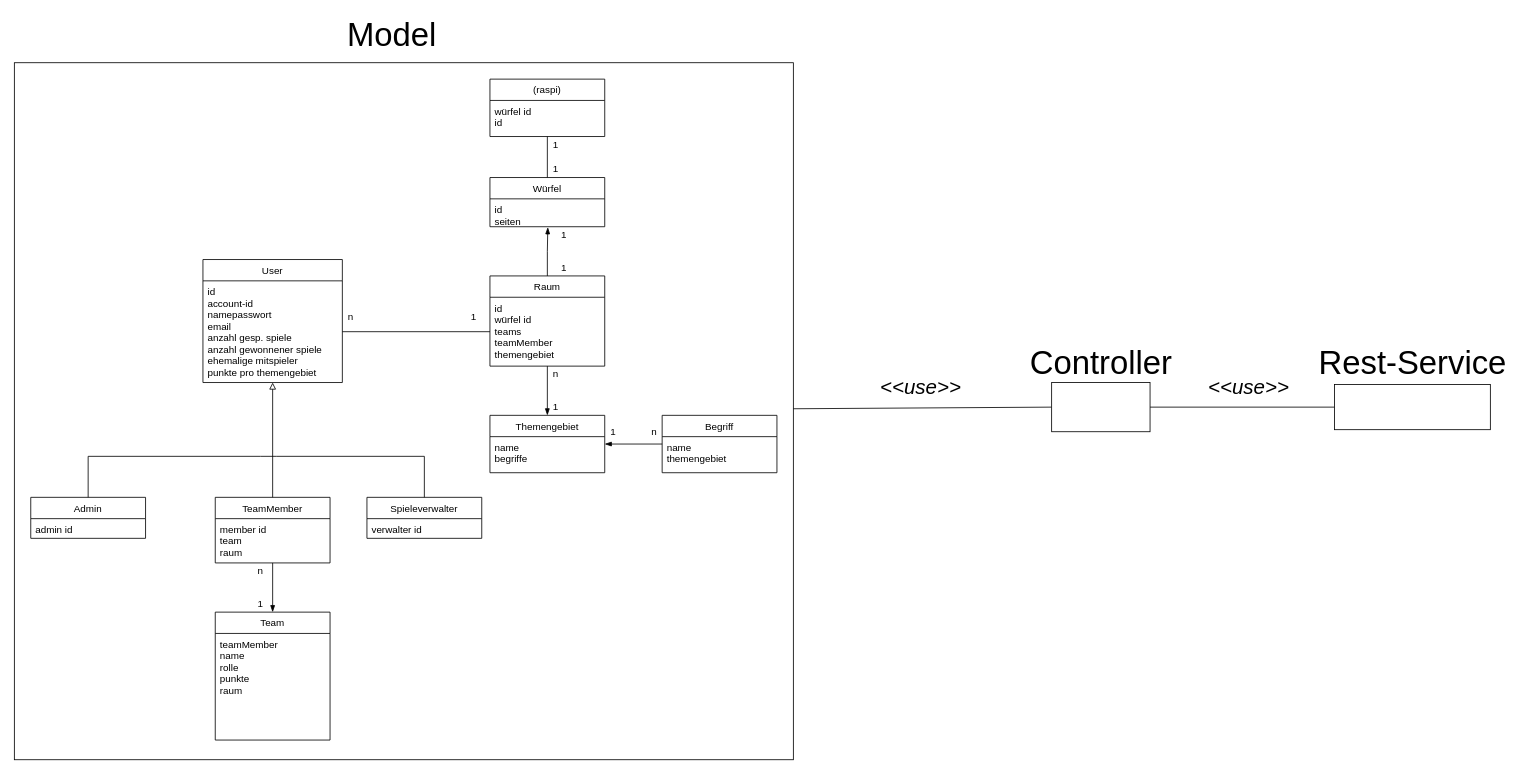
This is documentation/Klassendiagramm.drawio from BeyerMart/softwareEngineeringClass-timeGuessGame, a draw.io file, before an edit. Source tidied: cells renumbered, new cells numbered last; positions are measured from the earlier drawing's top-left corner, leaving out a move shared by most shapes. Both pictures are drawn from the tidied source at 82%, with x=0, y=0 at pixel (14, 21).
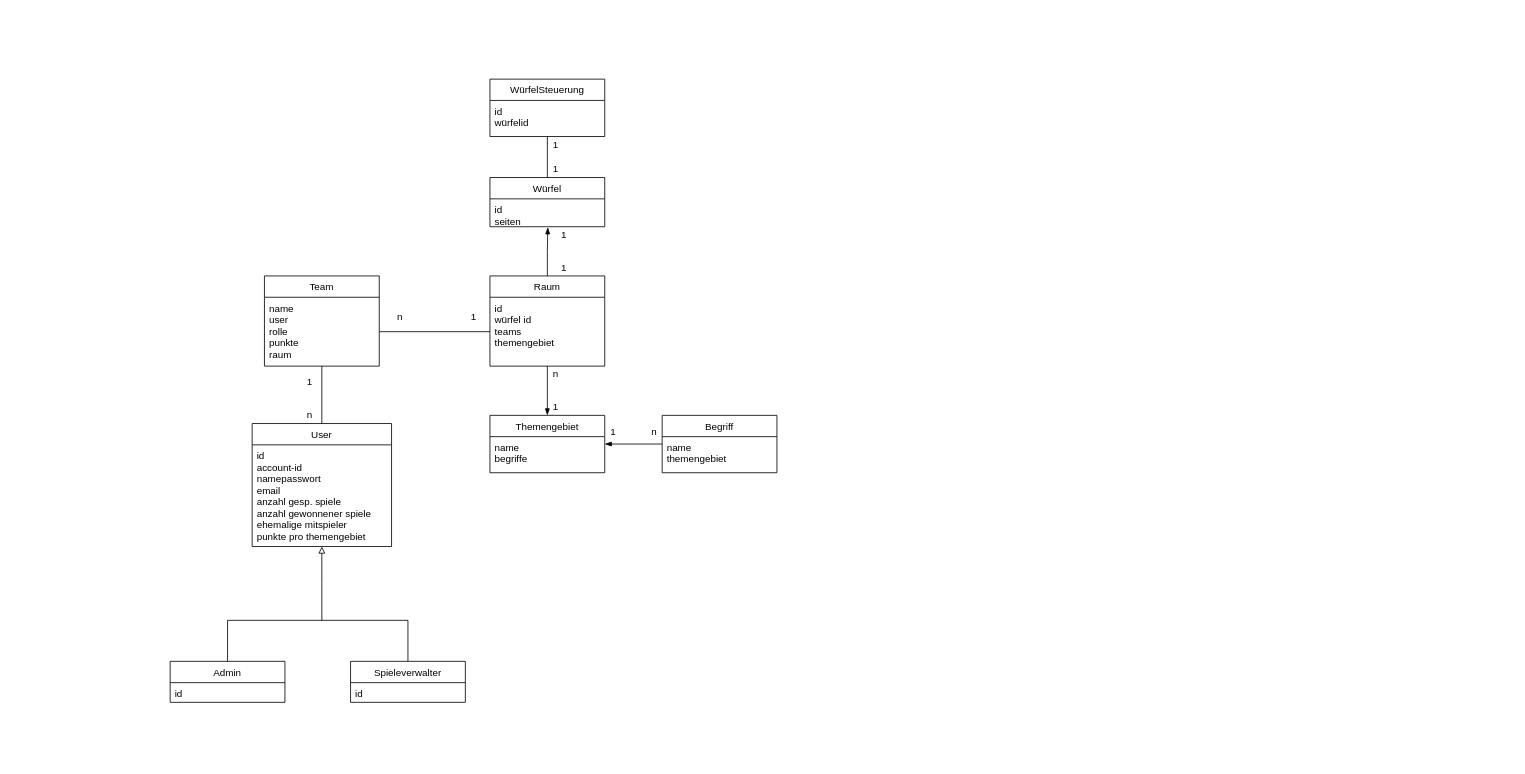
The same page after the edit.

Commit message:
update Class Diagram

The change refers to these unchanged cells:
```xml
<mxCell id="5" value="id&#10;account-id&#10;namepasswort&#10;email&#10;anzahl gesp. spiele&#10;anzahl gewonnener spiele&#10;ehemalige mitspieler&#10;punkte pro themengebiet&#10;&#10;&#10;&#10;&#10;" style="text;strokeColor=none;fillColor=none;align=left;verticalAlign=top;spacingLeft=4;spacingRight=4;overflow=hidden;points=[[0,0.5],[1,0.5]];portConstraint=eastwest;" parent="4" vertex="1">
  <mxGeometry y="26" width="170" height="124" as="geometry" />
</mxCell>
<mxCell id="18" value="Raum" style="swimlane;fontStyle=0;horizontal=1;startSize=26;fillColor=none;" parent="1" vertex="1">
  <mxGeometry x="580" y="310" width="140" height="110" as="geometry" />
</mxCell>
```

Diff of the diagram source:
```diff
@@
     <mxCell id="2" value="Team" style="swimlane;fontStyle=0;horizontal=1;startSize=26;fillColor=none;" parent="1" vertex="1">
-      <mxGeometry x="245" y="720" width="140" height="156" as="geometry" />
+      <mxGeometry x="305" y="310" width="140" height="110" as="geometry" />
     </mxCell>
-    <mxCell id="3" value="teamMember&#10;name&#10;rolle&#10;punkte&#10;raum&#10;&#10;&#10;" style="text;strokeColor=none;fillColor=none;align=left;verticalAlign=top;spacingLeft=4;spacingRight=4;overflow=hidden;points=[[0,0.5],[1,0.5]];portConstraint=eastwest;" parent="2" vertex="1">
-      <mxGeometry y="26" width="140" height="130" as="geometry" />
+    <mxCell id="3" value="name&#10;user&#10;rolle&#10;punkte&#10;raum&#10;&#10;&#10;" style="text;strokeColor=none;fillColor=none;align=left;verticalAlign=top;spacingLeft=4;spacingRight=4;overflow=hidden;points=[[0,0.5],[1,0.5]];portConstraint=eastwest;" parent="2" vertex="1">
+      <mxGeometry y="26" width="140" height="84" as="geometry" />
     </mxCell>
+    <mxCell id="53" style="edgeStyle=orthogonalEdgeStyle;rounded=0;jettySize=auto;html=1;entryX=0.5;entryY=1;entryDx=0;entryDy=0;entryPerimeter=0;endArrow=none;endFill=0;" parent="1" edge="1" source="4" target="3">
+      <mxGeometry relative="1" as="geometry" />
+    </mxCell>
+    <mxCell id="54" style="edgeStyle=orthogonalEdgeStyle;rounded=0;jettySize=auto;html=1;endArrow=none;endFill=0;startArrow=block;startFill=0;" parent="1" edge="1" source="4">
+      <mxGeometry relative="1" as="geometry">
+        <mxPoint x="375" y="730" as="targetPoint" />
+      </mxGeometry>
+    </mxCell>
     <mxCell id="4" value="User" style="swimlane;fontStyle=0;horizontal=1;startSize=26;fillColor=none;" parent="1" vertex="1">
-      <mxGeometry x="230" y="290" width="170" height="150" as="geometry" />
+      <mxGeometry x="290" y="490" width="170" height="150" as="geometry" />
     </mxCell>
@@
     <mxCell id="6" style="edgeStyle=orthogonalEdgeStyle;rounded=0;jettySize=auto;html=1;endArrow=none;endFill=0;" parent="1" edge="1" source="7">
       <mxGeometry relative="1" as="geometry">
-        <mxPoint x="320" y="530" as="targetPoint" />
+        <mxPoint x="380" y="730" as="targetPoint" />
         <Array as="points">
-          <mxPoint x="90" y="530" />
-          <mxPoint x="300" y="530" />
+          <mxPoint x="260" y="730" />
         </Array>
       </mxGeometry>
     </mxCell>
     <mxCell id="7" value="Admin" style="swimlane;fontStyle=0;horizontal=1;startSize=26;fillColor=none;" parent="1" vertex="1">
-      <mxGeometry x="20" y="580" width="140" height="50" as="geometry" />
+      <mxGeometry x="190" y="780" width="140" height="50" as="geometry" />
     </mxCell>
-    <mxCell id="8" value="admin id" style="text;strokeColor=none;fillColor=none;align=left;verticalAlign=top;spacingLeft=4;spacingRight=4;overflow=hidden;" parent="7" vertex="1">
+    <mxCell id="8" value="id" style="text;strokeColor=none;fillColor=none;align=left;verticalAlign=top;spacingLeft=4;spacingRight=4;overflow=hidden;" parent="7" vertex="1">
       <mxGeometry y="26" width="140" height="24" as="geometry" />
     </mxCell>
-    <mxCell id="9" style="edgeStyle=orthogonalEdgeStyle;rounded=0;jettySize=auto;html=1;endArrow=none;endFill=0;" parent="1" edge="1" source="10">
+    <mxCell id="9" style="edgeStyle=orthogonalEdgeStyle;rounded=0;jettySize=auto;html=1;endArrow=none;endFill=0;exitX=0.5;exitY=0;exitDx=0;exitDy=0;" parent="1" edge="1" source="10">
       <mxGeometry relative="1" as="geometry">
-        <mxPoint x="320" y="530" as="targetPoint" />
+        <mxPoint x="380" y="730" as="targetPoint" />
         <Array as="points">
-          <mxPoint x="500" y="530" />
+          <mxPoint x="480" y="730" />
         </Array>
       </mxGeometry>
     </mxCell>
     <mxCell id="10" value="Spieleverwalter" style="swimlane;fontStyle=0;horizontal=1;startSize=26;fillColor=none;" parent="1" vertex="1">
-      <mxGeometry x="430" y="580" width="140" height="50" as="geometry" />
+      <mxGeometry x="410" y="780" width="140" height="50" as="geometry" />
     </mxCell>
-    <mxCell id="11" value="verwalter id" style="text;strokeColor=none;fillColor=none;align=left;verticalAlign=top;spacingLeft=4;spacingRight=4;overflow=hidden;" parent="10" vertex="1">
+    <mxCell id="11" value="id" style="text;strokeColor=none;fillColor=none;align=left;verticalAlign=top;spacingLeft=4;spacingRight=4;overflow=hidden;" parent="10" vertex="1">
       <mxGeometry y="26" width="140" height="24" as="geometry" />
     </mxCell>
-    <mxCell id="12" style="edgeStyle=orthogonalEdgeStyle;rounded=0;jettySize=auto;html=1;endArrow=block;endFill=0;entryX=0.5;entryY=1;entryDx=0;entryDy=0;entryPerimeter=0;" parent="1" edge="1" source="14" target="5">
-      <mxGeometry relative="1" as="geometry" />
-    </mxCell>
-    <mxCell id="13" style="edgeStyle=orthogonalEdgeStyle;rounded=0;jettySize=auto;html=1;entryX=0.5;entryY=0;entryDx=0;entryDy=0;endArrow=blockThin;endFill=1;" parent="1" edge="1" source="14" target="2">
-      <mxGeometry relative="1" as="geometry" />
-    </mxCell>
-    <mxCell id="14" value="TeamMember" style="swimlane;fontStyle=0;horizontal=1;startSize=26;fillColor=none;" parent="1" vertex="1">
-      <mxGeometry x="245" y="580" width="140" height="80" as="geometry" />
-    </mxCell>
-    <mxCell id="15" value="member id&#10;team&#10;raum&#10;" style="text;strokeColor=none;fillColor=none;align=left;verticalAlign=top;spacingLeft=4;spacingRight=4;overflow=hidden;" parent="14" vertex="1">
-      <mxGeometry y="26" width="140" height="54" as="geometry" />
-    </mxCell>
@@
-    <mxCell id="19" value="id&#10;würfel id&#10;teams&#10;teamMember&#10;themengebiet&#10;" style="text;strokeColor=none;fillColor=none;align=left;verticalAlign=top;spacingLeft=4;spacingRight=4;overflow=hidden;points=[[0,0.5],[1,0.5]];portConstraint=eastwest;" parent="18" vertex="1">
+    <mxCell id="19" value="id&#10;würfel id&#10;teams&#10;themengebiet&#10;" style="text;strokeColor=none;fillColor=none;align=left;verticalAlign=top;spacingLeft=4;spacingRight=4;overflow=hidden;points=[[0,0.5],[1,0.5]];portConstraint=eastwest;" parent="18" vertex="1">
       <mxGeometry y="26" width="140" height="84" as="geometry" />
     </mxCell>
@@
-    <mxCell id="28" value="(raspi)" style="swimlane;fontStyle=0;horizontal=1;startSize=26;fillColor=none;" parent="1" vertex="1">
+    <mxCell id="28" value="WürfelSteuerung" style="swimlane;fontStyle=0;horizontal=1;startSize=26;fillColor=none;" parent="1" vertex="1">
       <mxGeometry x="580" y="70" width="140" height="70" as="geometry" />
     </mxCell>
-    <mxCell id="29" value="würfel id&#10;id&#10;" style="text;strokeColor=none;fillColor=none;align=left;verticalAlign=top;spacingLeft=4;spacingRight=4;overflow=hidden;" parent="28" vertex="1">
+    <mxCell id="29" value="id&#10;würfelid&#10;" style="text;strokeColor=none;fillColor=none;align=left;verticalAlign=top;spacingLeft=4;spacingRight=4;overflow=hidden;" parent="28" vertex="1">
       <mxGeometry y="26" width="140" height="44" as="geometry" />
     </mxCell>
     <mxCell id="30" value="n" style="text;html=1;align=center;verticalAlign=middle;" parent="1" vertex="1">
-      <mxGeometry x="290" y="660" width="20" height="20" as="geometry" />
+      <mxGeometry x="350" y="470" width="20" height="20" as="geometry" />
     </mxCell>
-    <mxCell id="31" value="1" style="text;html=1;align=center;verticalAlign=middle;" parent="1" vertex="1">
-      <mxGeometry x="290" y="700" width="20" height="20" as="geometry" />
-    </mxCell>
-    <mxCell id="32" style="edgeStyle=orthogonalEdgeStyle;rounded=0;jettySize=auto;html=1;endArrow=none;endFill=0;" parent="1" edge="1" source="5" target="19">
-      <mxGeometry relative="1" as="geometry" />
-    </mxCell>
-    <mxCell id="33" value="n" style="text;html=1;align=center;verticalAlign=middle;" parent="1" vertex="1">
-      <mxGeometry x="400" y="350" width="20" height="20" as="geometry" />
-    </mxCell>
-    <mxCell id="34" value="1" style="text;html=1;align=center;verticalAlign=middle;" parent="1" vertex="1">
-      <mxGeometry x="550" y="350" width="20" height="20" as="geometry" />
-    </mxCell>
@@
-    <mxCell id="43" style="rounded=0;jettySize=auto;html=1;endArrow=none;endFill=0;entryX=0;entryY=0.5;entryDx=0;entryDy=0;" parent="1" edge="1" source="44" target="48">
-      <mxGeometry relative="1" as="geometry" />
-    </mxCell>
-    <mxCell id="44" style="rounded=0;whiteSpace=wrap;html=1;fillColor=none;" parent="1" vertex="1">
-      <mxGeometry y="50" width="950" height="850" as="geometry" />
-    </mxCell>
-    <mxCell id="45" value="&lt;font style=&quot;font-size: 40px&quot;&gt;Model&lt;/font&gt;" style="text;html=1;align=center;verticalAlign=middle;" parent="1" vertex="1">
-      <mxGeometry x="400" width="120" height="30" as="geometry" />
-    </mxCell>
-    <mxCell id="46" value="&lt;font style=&quot;font-size: 40px&quot;&gt;Controller&lt;/font&gt;" style="text;html=1;align=center;verticalAlign=middle;" parent="1" vertex="1">
-      <mxGeometry x="1230" y="400" width="190" height="30" as="geometry" />
-    </mxCell>
-    <mxCell id="47" style="edgeStyle=none;rounded=0;jettySize=auto;html=1;entryX=0;entryY=0.5;entryDx=0;entryDy=0;endArrow=none;endFill=0;" parent="1" edge="1" source="48" target="50">
-      <mxGeometry relative="1" as="geometry" />
-    </mxCell>
-    <mxCell id="48" style="rounded=0;whiteSpace=wrap;html=1;" parent="1" vertex="1">
-      <mxGeometry x="1265" y="440" width="120" height="60" as="geometry" />
-    </mxCell>
-    <mxCell id="49" value="&lt;font style=&quot;font-size: 40px&quot;&gt;Rest-Service&lt;/font&gt;" style="text;html=1;align=center;verticalAlign=middle;" parent="1" vertex="1">
-      <mxGeometry x="1585" y="400" width="240" height="30" as="geometry" />
-    </mxCell>
-    <mxCell id="50" style="rounded=0;whiteSpace=wrap;html=1;" parent="1" vertex="1">
-      <mxGeometry x="1610" y="442.5" width="190" height="55" as="geometry" />
-    </mxCell>
-    <mxCell id="51" value="&lt;font style=&quot;font-size: 25px&quot;&gt;&lt;i&gt;&lt;font style=&quot;font-size: 25px&quot;&gt;&amp;lt;&amp;lt;use&amp;gt;&amp;gt;&lt;/font&gt;&lt;/i&gt;&lt;/font&gt;" style="text;html=1;align=center;verticalAlign=middle;" parent="1" vertex="1">
-      <mxGeometry x="1050" y="435" width="110" height="20" as="geometry" />
-    </mxCell>
-    <mxCell id="52" value="&lt;font style=&quot;font-size: 25px&quot;&gt;&lt;i&gt;&lt;font style=&quot;font-size: 25px&quot;&gt;&amp;lt;&amp;lt;use&amp;gt;&amp;gt;&lt;/font&gt;&lt;/i&gt;&lt;/font&gt;" style="text;html=1;align=center;verticalAlign=middle;" parent="1" vertex="1">
-      <mxGeometry x="1450" y="435" width="110" height="20" as="geometry" />
-    </mxCell>
+    <mxCell id="31" value="1" style="text;html=1;align=center;verticalAlign=middle;" parent="1" vertex="1">
+      <mxGeometry x="350" y="430" width="20" height="20" as="geometry" />
+    </mxCell>
+    <mxCell id="55" style="edgeStyle=orthogonalEdgeStyle;rounded=0;jettySize=auto;html=1;entryX=0;entryY=0.5;entryDx=0;entryDy=0;startArrow=none;startFill=0;endArrow=none;endFill=0;" parent="1" edge="1" source="3" target="19">
+      <mxGeometry relative="1" as="geometry" />
+    </mxCell>
+    <mxCell id="33" value="n" style="text;html=1;align=center;verticalAlign=middle;" parent="1" vertex="1">
+      <mxGeometry x="460" y="350" width="20" height="20" as="geometry" />
+    </mxCell>
+    <mxCell id="34" value="1" style="text;html=1;align=center;verticalAlign=middle;" parent="1" vertex="1">
+      <mxGeometry x="550" y="350" width="20" height="20" as="geometry" />
+    </mxCell>
```
